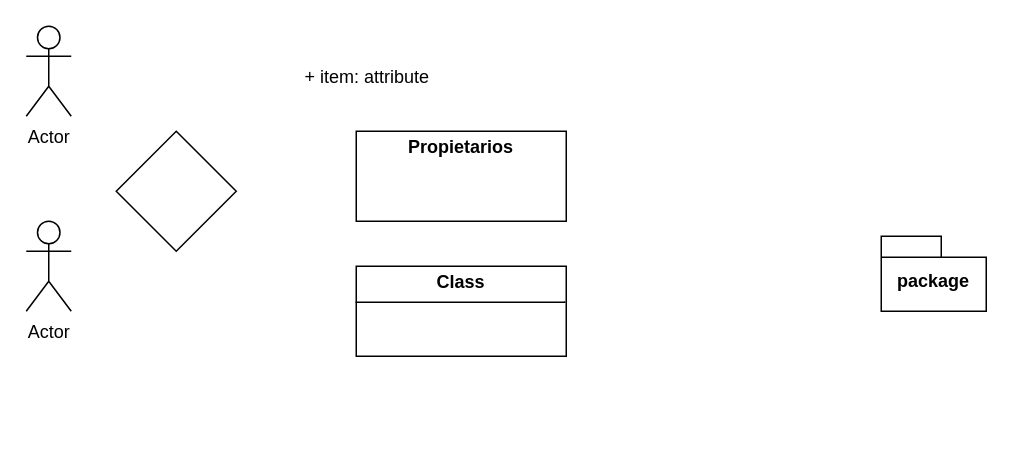
This is Menu_Fincas.drawio from llauna/fincas, a draw.io file, before an edit. Source tidied: cells renumbered, new cells numbered last; positions are measured from the earlier drawing's top-left corner, leaving out a move shared by most shapes. Both pictures are drawn from the tidied source at 150%, with x=0, y=0 at pixel (26, 26).
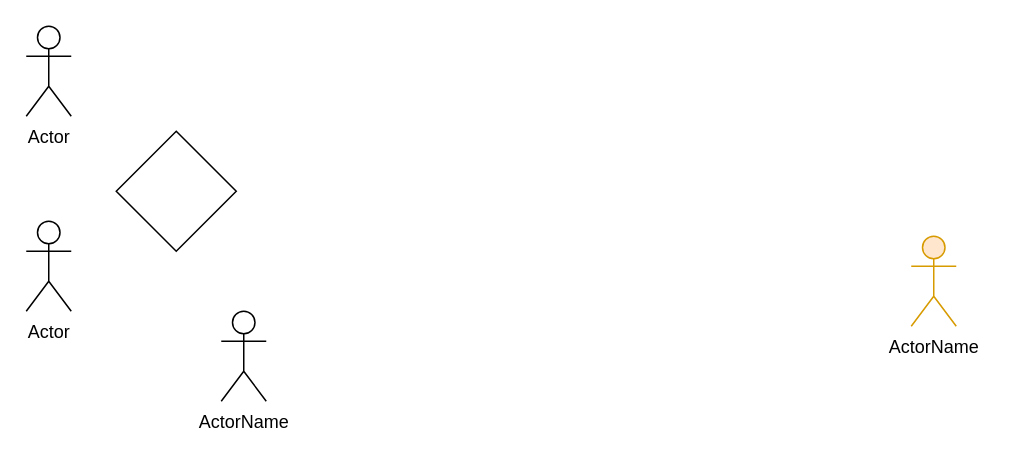
Above is the later version.

Change to the diagram source:
```diff
@@
 <mxGraphModel>
   <root>
     <mxCell id="0" />
     <mxCell id="1" parent="0" />
     <mxCell id="2" value="Actor" style="shape=umlActor;verticalLabelPosition=bottom;verticalAlign=top;html=1;" parent="1" vertex="1">
       <mxGeometry width="30" height="60" as="geometry" />
     </mxCell>
     <mxCell id="3" value="Actor" style="shape=umlActor;verticalLabelPosition=bottom;verticalAlign=top;html=1;" parent="1" vertex="1">
       <mxGeometry y="130" width="30" height="60" as="geometry" />
     </mxCell>
     <mxCell id="4" style="rhombus;whiteSpace=wrap;html=1;" parent="1" vertex="1">
       <mxGeometry x="60" y="70" width="80" height="80" as="geometry" />
     </mxCell>
-    <mxCell id="5" value="+ item: attribute" style="text;strokeColor=none;fillColor=none;align=left;verticalAlign=top;spacingLeft=4;spacingRight=4;overflow=hidden;whiteSpace=wrap;html=1;" parent="1" vertex="1">
-      <mxGeometry x="180" y="20" width="100" height="26" as="geometry" />
-    </mxCell>
-    <mxCell id="6" value="package" style="shape=folder;fontStyle=1;spacingTop=10;tabWidth=40;tabHeight=14;tabPosition=left;html=1;whiteSpace=wrap;" parent="1" vertex="1">
-      <mxGeometry x="570" y="140" width="70" height="50" as="geometry" />
-    </mxCell>
-    <mxCell id="7" value="&lt;p style=&quot;margin:0px;margin-top:4px;text-align:center;&quot;&gt;&lt;b&gt;Propietarios&lt;/b&gt;&lt;/p&gt;" style="verticalAlign=top;align=left;overflow=fill;html=1;whiteSpace=wrap;" parent="1" vertex="1">
-      <mxGeometry x="220" y="70" width="140" height="60" as="geometry" />
-    </mxCell>
-    <mxCell id="8" value="&lt;p style=&quot;margin:0px;margin-top:4px;text-align:center;&quot;&gt;&lt;b&gt;Class&lt;/b&gt;&lt;/p&gt;&lt;hr size=&quot;1&quot; style=&quot;border-style:solid;&quot;/&gt;&lt;div style=&quot;height:2px;&quot;&gt;&lt;/div&gt;" style="verticalAlign=top;align=left;overflow=fill;html=1;whiteSpace=wrap;" parent="1" vertex="1">
-      <mxGeometry x="220" y="160" width="140" height="60" as="geometry" />
-    </mxCell>
+    <mxCell id="9" value="ActorName" style="shape=umlActor;html=1;verticalLabelPosition=bottom;verticalAlign=top;align=center;fillColor=#ffe6cc;strokeColor=#d79b00;" parent="1" vertex="1">
+      <mxGeometry x="590" y="140" width="30" height="60" as="geometry" />
+    </mxCell>
+    <mxCell id="10" value="ActorName" style="shape=umlActor;html=1;verticalLabelPosition=bottom;verticalAlign=top;align=center;" parent="1" vertex="1">
+      <mxGeometry x="130" y="190" width="30" height="60" as="geometry" />
+    </mxCell>
   </root>
 </mxGraphModel>
```
